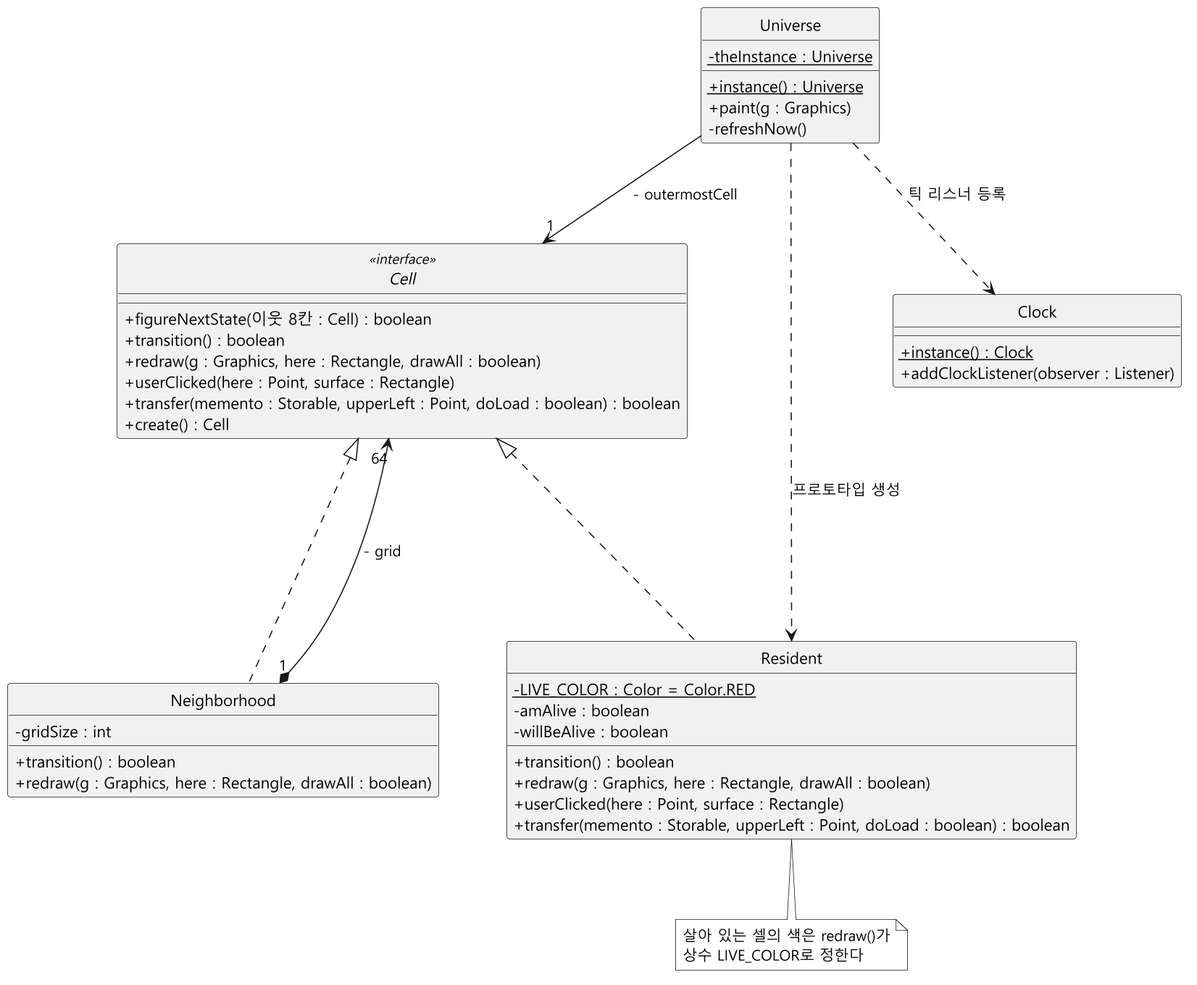
Earlier version of the PlantUML export docs/color-gen/diagrams/class-before.png (mckimR1972/DP_team_project). Source of this version:
```plantuml
@startuml class-before
skinparam monochrome true
skinparam dpi 150
skinparam shadowing false
skinparam defaultFontName "Malgun Gothic"
skinparam classAttributeIconSize 0
hide circle
skinparam ranksep 70
skinparam nodesep 60

interface Cell <<interface>> {
  + figureNextState(이웃 8칸 : Cell) : boolean
  + transition() : boolean
  + redraw(g : Graphics, here : Rectangle, drawAll : boolean)
  + userClicked(here : Point, surface : Rectangle)
  + transfer(memento : Storable, upperLeft : Point, doLoad : boolean) : boolean
  + create() : Cell
}

class Neighborhood {
  - gridSize : int
  + transition() : boolean
  + redraw(g : Graphics, here : Rectangle, drawAll : boolean)
}

class Resident {
  - {static} LIVE_COLOR : Color = Color.RED
  - amAlive : boolean
  - willBeAlive : boolean
  + transition() : boolean
  + redraw(g : Graphics, here : Rectangle, drawAll : boolean)
  + userClicked(here : Point, surface : Rectangle)
  + transfer(memento : Storable, upperLeft : Point, doLoad : boolean) : boolean
}

class Universe {
  - {static} theInstance : Universe
  + {static} instance() : Universe
  + paint(g : Graphics)
  - refreshNow()
}

class Clock {
  + {static} instance() : Clock
  + addClockListener(observer : Listener)
}

Cell <|... Neighborhood
Cell <|.. Resident
Neighborhood "1" *-up-> "64" Cell : - grid
Neighborhood -[hidden]right- Resident
Universe --> "1" Cell : - outermostCell
Universe ..> Clock : 틱 리스너 등록
Universe ..> Resident : 프로토타입 생성

note bottom of Resident
  살아 있는 셀의 색은 redraw()가
  상수 LIVE_COLOR로 정한다
end note
@enduml
```
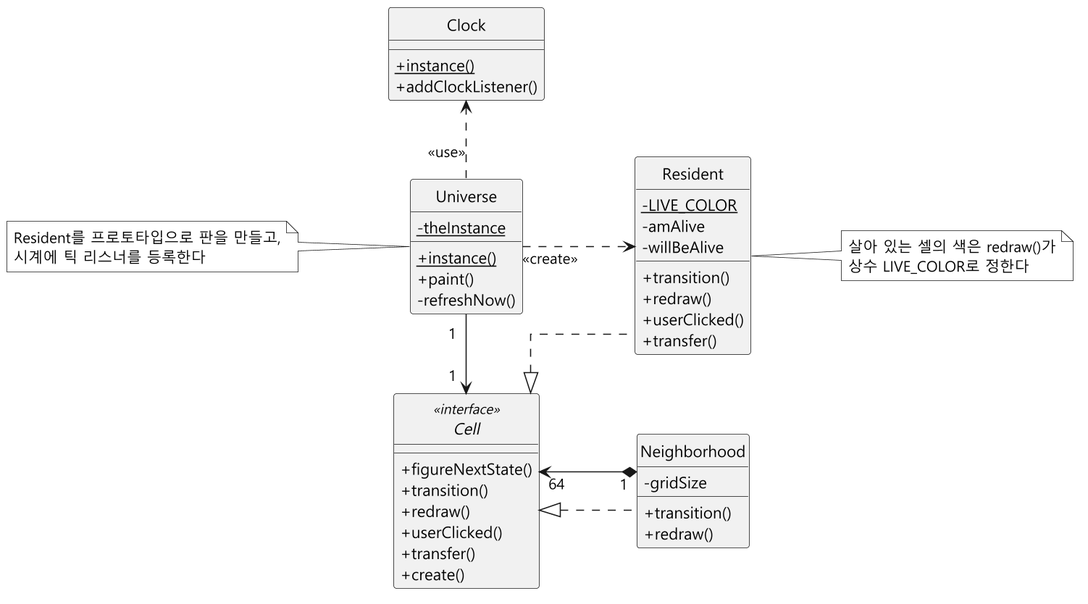
The same file after the commit.

Commit message:
docs: 클래스 다이어그램을 멤버 이름 수준으로 줄이고 가로 배치와 표준 스테레오타입으로 정리

What changed in the source:
```diff
@@ -5,56 +5,62 @@
 skinparam defaultFontName "Malgun Gothic"
 skinparam classAttributeIconSize 0
 hide circle
-skinparam ranksep 70
-skinparam nodesep 60
+left to right direction
+skinparam linetype ortho
+skinparam ranksep 80
+skinparam nodesep 70
 
 interface Cell <<interface>> {
-  + figureNextState(이웃 8칸 : Cell) : boolean
-  + transition() : boolean
-  + redraw(g : Graphics, here : Rectangle, drawAll : boolean)
-  + userClicked(here : Point, surface : Rectangle)
-  + transfer(memento : Storable, upperLeft : Point, doLoad : boolean) : boolean
-  + create() : Cell
+  + figureNextState()
+  + transition()
+  + redraw()
+  + userClicked()
+  + transfer()
+  + create()
 }
 
 class Neighborhood {
-  - gridSize : int
-  + transition() : boolean
-  + redraw(g : Graphics, here : Rectangle, drawAll : boolean)
+  - gridSize
+  + transition()
+  + redraw()
 }
 
 class Resident {
-  - {static} LIVE_COLOR : Color = Color.RED
-  - amAlive : boolean
-  - willBeAlive : boolean
-  + transition() : boolean
-  + redraw(g : Graphics, here : Rectangle, drawAll : boolean)
-  + userClicked(here : Point, surface : Rectangle)
-  + transfer(memento : Storable, upperLeft : Point, doLoad : boolean) : boolean
+  - {static} LIVE_COLOR
+  - amAlive
+  - willBeAlive
+  + transition()
+  + redraw()
+  + userClicked()
+  + transfer()
 }
 
 class Universe {
-  - {static} theInstance : Universe
-  + {static} instance() : Universe
-  + paint(g : Graphics)
+  - {static} theInstance
+  + {static} instance()
+  + paint()
   - refreshNow()
 }
 
 class Clock {
-  + {static} instance() : Clock
-  + addClockListener(observer : Listener)
+  + {static} instance()
+  + addClockListener()
 }
 
-Cell <|... Neighborhood
+Cell <|.. Neighborhood
 Cell <|.. Resident
-Neighborhood "1" *-up-> "64" Cell : - grid
-Neighborhood -[hidden]right- Resident
-Universe --> "1" Cell : - outermostCell
-Universe ..> Clock : 틱 리스너 등록
-Universe ..> Resident : 프로토타입 생성
+Neighborhood "1\n\n" *-up-> "64\n\n" Cell
+Resident -[hidden]right- Neighborhood
+Universe "1<U+2003>" -right-> "1<U+2003>" Cell
+Universe .left.> Clock : <<use>>
+Universe ..> Resident : <<create>>
 
-note bottom of Resident
+note right of Resident
   살아 있는 셀의 색은 redraw()가
   상수 LIVE_COLOR로 정한다
 end note
+note left of Universe
+  Resident를 프로토타입으로 판을 만들고,
+  시계에 틱 리스너를 등록한다
+end note
 @enduml
```
